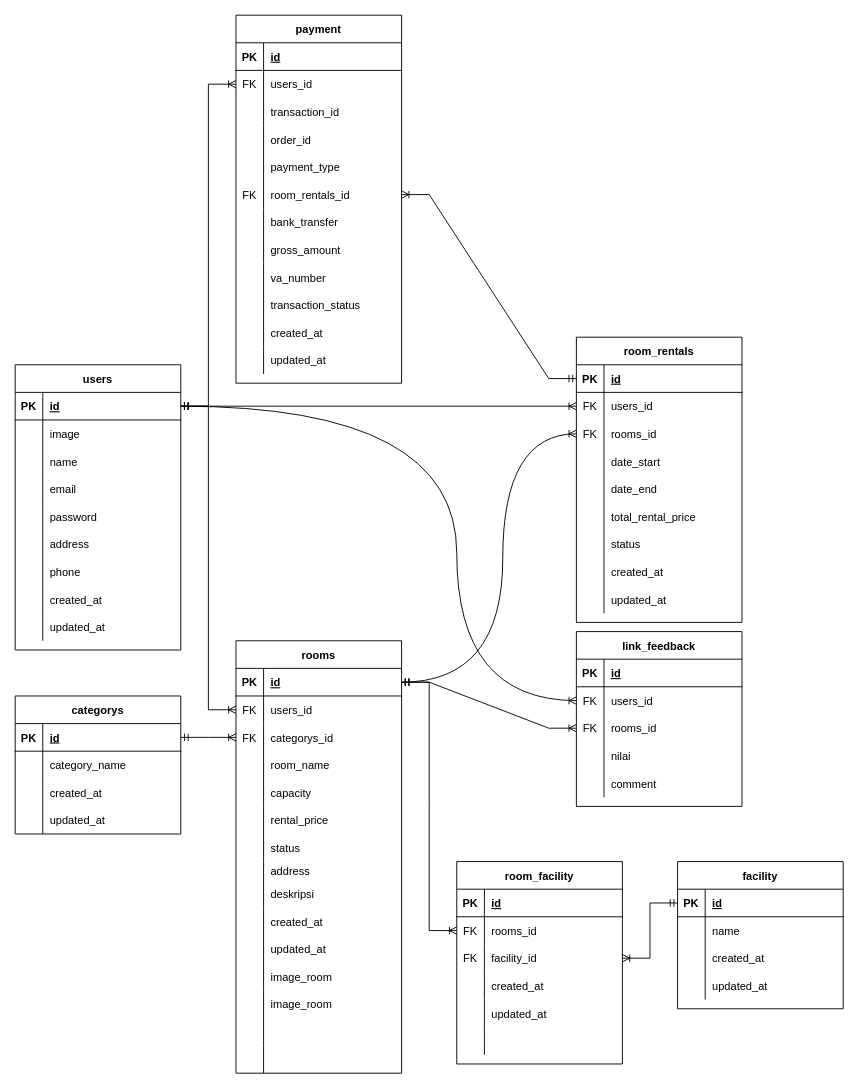
Capstone-MNRoom/Capstone-MNRoom-BE keeps this draw.io diagram as erd/ERD-MNroom.drawio. Above is the earlier version. Source tidied: cells renumbered, new cells numbered last; positions are measured from the earlier drawing's top-left corner, leaving out a move shared by most shapes. Both pictures are drawn from the tidied source at 92%, with x=0, y=0 at pixel (15, 15).
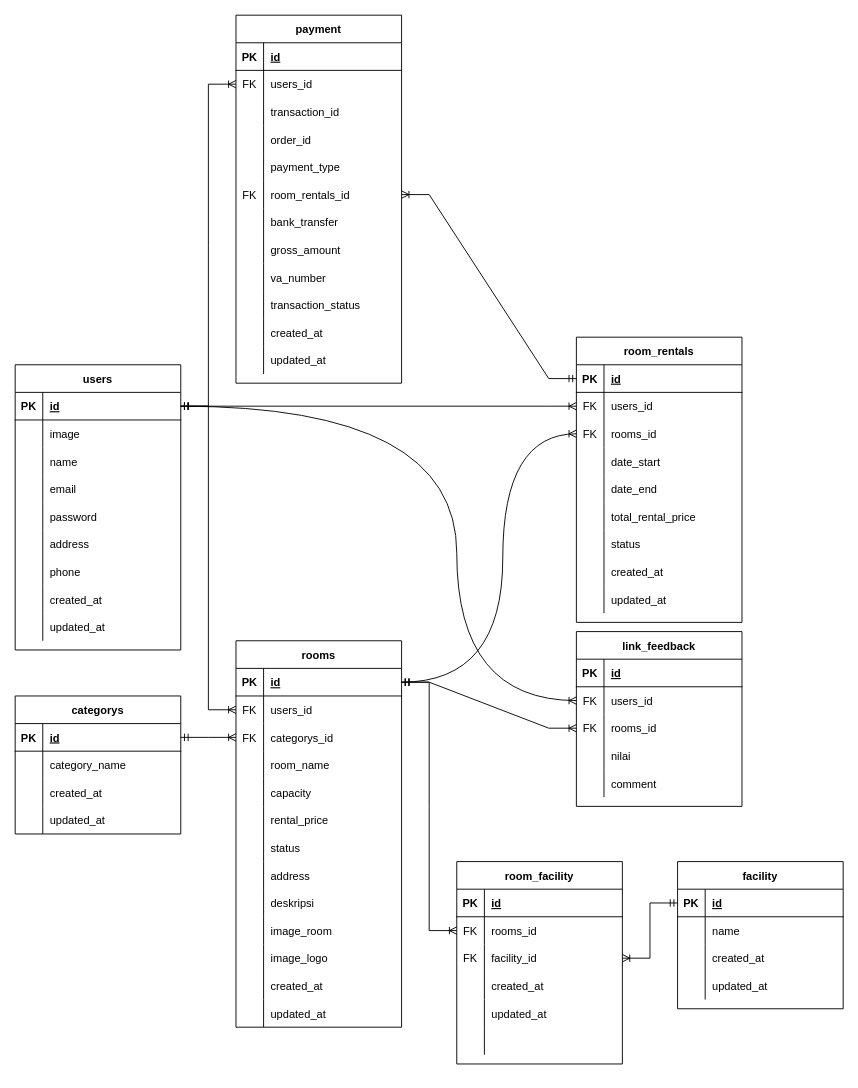
After the change.

Diff of the diagram source:
```diff
@@
     <mxCell id="43" value="rooms" style="shape=table;startSize=30;childLayout=tableLayout;rowLines=0;fontStyle=1;align=center;" parent="1" vertex="1">
-      <mxGeometry x="240" y="680" width="180" height="470" as="geometry" />
+      <mxGeometry x="240" y="680" width="180" height="420" as="geometry" />
     </mxCell>
@@
-    <mxCell id="65" style="shape=tableRow;horizontal=0;startSize=0;swimlaneHead=0;swimlaneBody=0;fillColor=none;top=0;left=0;right=0;bottom=0;" parent="43" vertex="1">
-      <mxGeometry y="240" width="180" height="20" as="geometry" />
-    </mxCell>
-    <mxCell id="66" style="shape=partialRectangle;fillColor=none;top=0;left=0;bottom=0;right=0;overflow=hidden;" parent="65" vertex="1">
-      <mxGeometry width="30" height="20" as="geometry" />
-    </mxCell>
+    <mxCell id="212" style="shape=tableRow;horizontal=0;startSize=0;swimlaneHead=0;swimlaneBody=0;fillColor=none;top=0;left=0;right=0;bottom=0;" parent="43" vertex="1">
+      <mxGeometry y="240" width="180" height="30" as="geometry" />
+    </mxCell>
+    <mxCell id="213" style="shape=partialRectangle;fillColor=none;top=0;left=0;bottom=0;right=0;overflow=hidden;" parent="212" vertex="1">
+      <mxGeometry width="30" height="30" as="geometry" />
+    </mxCell>
-    <mxCell id="67" value="address" style="shape=partialRectangle;fillColor=none;top=0;left=0;bottom=0;right=0;align=left;spacingLeft=6;overflow=hidden;" parent="65" vertex="1">
-      <mxGeometry x="30" width="150" height="20" as="geometry" />
+    <mxCell id="67" value="address" style="shape=partialRectangle;fillColor=none;top=0;left=0;bottom=0;right=0;align=left;spacingLeft=6;overflow=hidden;" parent="212" vertex="1">
+      <mxGeometry x="30" width="150" height="30" as="geometry" />
     </mxCell>
     <mxCell id="68" style="shape=tableRow;horizontal=0;startSize=0;swimlaneHead=0;swimlaneBody=0;fillColor=none;top=0;left=0;right=0;bottom=0;" parent="43" vertex="1">
-      <mxGeometry y="260" width="180" height="30" as="geometry" />
+      <mxGeometry y="270" width="180" height="30" as="geometry" />
     </mxCell>
@@
+    <mxCell id="77" style="shape=tableRow;horizontal=0;startSize=0;swimlaneHead=0;swimlaneBody=0;fillColor=none;top=0;left=0;right=0;bottom=0;" parent="43" vertex="1">
+      <mxGeometry y="300" width="180" height="30" as="geometry" />
+    </mxCell>
+    <mxCell id="78" style="shape=partialRectangle;fillColor=none;top=0;left=0;bottom=0;right=0;overflow=hidden;" parent="77" vertex="1">
+      <mxGeometry width="30" height="30" as="geometry" />
+    </mxCell>
+    <mxCell id="79" value="image_room" style="shape=partialRectangle;fillColor=none;top=0;left=0;bottom=0;right=0;align=left;spacingLeft=6;overflow=hidden;" parent="77" vertex="1">
+      <mxGeometry x="30" width="150" height="30" as="geometry" />
+    </mxCell>
+    <mxCell id="80" style="shape=tableRow;horizontal=0;startSize=0;swimlaneHead=0;swimlaneBody=0;fillColor=none;top=0;left=0;right=0;bottom=0;" parent="43" vertex="1">
+      <mxGeometry y="330" width="180" height="30" as="geometry" />
+    </mxCell>
+    <mxCell id="81" style="shape=partialRectangle;fillColor=none;top=0;left=0;bottom=0;right=0;overflow=hidden;" parent="80" vertex="1">
+      <mxGeometry width="30" height="30" as="geometry" />
+    </mxCell>
+    <mxCell id="82" value="image_logo" style="shape=partialRectangle;fillColor=none;top=0;left=0;bottom=0;right=0;align=left;spacingLeft=6;overflow=hidden;" parent="80" vertex="1">
+      <mxGeometry x="30" width="150" height="30" as="geometry" />
+    </mxCell>
     <mxCell id="71" style="shape=tableRow;horizontal=0;startSize=0;swimlaneHead=0;swimlaneBody=0;fillColor=none;top=0;left=0;right=0;bottom=0;" parent="43" vertex="1">
-      <mxGeometry y="290" width="180" height="30" as="geometry" />
+      <mxGeometry y="360" width="180" height="30" as="geometry" />
     </mxCell>
@@
     <mxCell id="74" style="shape=tableRow;horizontal=0;startSize=0;swimlaneHead=0;swimlaneBody=0;fillColor=none;top=0;left=0;right=0;bottom=0;" parent="43" vertex="1">
-      <mxGeometry y="320" width="180" height="30" as="geometry" />
+      <mxGeometry y="390" width="180" height="30" as="geometry" />
     </mxCell>
@@
-    <mxCell id="77" style="shape=tableRow;horizontal=0;startSize=0;swimlaneHead=0;swimlaneBody=0;fillColor=none;top=0;left=0;right=0;bottom=0;" parent="43" vertex="1">
-      <mxGeometry y="350" width="180" height="30" as="geometry" />
-    </mxCell>
-    <mxCell id="78" style="shape=partialRectangle;fillColor=none;top=0;left=0;bottom=0;right=0;overflow=hidden;" parent="77" vertex="1">
-      <mxGeometry width="30" height="30" as="geometry" />
-    </mxCell>
-    <mxCell id="79" value="image_room" style="shape=partialRectangle;fillColor=none;top=0;left=0;bottom=0;right=0;align=left;spacingLeft=6;overflow=hidden;" parent="77" vertex="1">
-      <mxGeometry x="30" width="150" height="30" as="geometry" />
-    </mxCell>
-    <mxCell id="80" style="shape=tableRow;horizontal=0;startSize=0;swimlaneHead=0;swimlaneBody=0;fillColor=none;top=0;left=0;right=0;bottom=0;" parent="43" vertex="1">
-      <mxGeometry y="380" width="180" height="30" as="geometry" />
-    </mxCell>
-    <mxCell id="81" style="shape=partialRectangle;fillColor=none;top=0;left=0;bottom=0;right=0;overflow=hidden;" parent="80" vertex="1">
-      <mxGeometry width="30" height="30" as="geometry" />
-    </mxCell>
-    <mxCell id="82" value="image_room" style="shape=partialRectangle;fillColor=none;top=0;left=0;bottom=0;right=0;align=left;spacingLeft=6;overflow=hidden;" parent="80" vertex="1">
-      <mxGeometry x="30" width="150" height="30" as="geometry" />
-    </mxCell>
-    <mxCell id="83" style="shape=tableRow;horizontal=0;startSize=0;swimlaneHead=0;swimlaneBody=0;fillColor=none;top=0;left=0;right=0;bottom=0;" parent="43" vertex="1">
-      <mxGeometry y="410" width="180" height="30" as="geometry" />
-    </mxCell>
-    <mxCell id="84" style="shape=partialRectangle;fillColor=none;top=0;left=0;bottom=0;right=0;overflow=hidden;" parent="83" vertex="1">
-      <mxGeometry width="30" height="30" as="geometry" />
-    </mxCell>
-    <mxCell id="85" style="shape=partialRectangle;fillColor=none;top=0;left=0;bottom=0;right=0;align=left;spacingLeft=6;overflow=hidden;" parent="83" vertex="1">
-      <mxGeometry x="30" width="150" height="30" as="geometry" />
-    </mxCell>
-    <mxCell id="86" style="shape=tableRow;horizontal=0;startSize=0;swimlaneHead=0;swimlaneBody=0;fillColor=none;top=0;left=0;right=0;bottom=0;" parent="43" vertex="1">
-      <mxGeometry y="440" width="180" height="30" as="geometry" />
-    </mxCell>
-    <mxCell id="87" style="shape=partialRectangle;fillColor=none;top=0;left=0;bottom=0;right=0;overflow=hidden;" parent="86" vertex="1">
-      <mxGeometry width="30" height="30" as="geometry" />
-    </mxCell>
-    <mxCell id="88" style="shape=partialRectangle;fillColor=none;top=0;left=0;bottom=0;right=0;align=left;spacingLeft=6;overflow=hidden;" parent="86" vertex="1">
-      <mxGeometry x="30" width="150" height="30" as="geometry" />
-    </mxCell>
```
